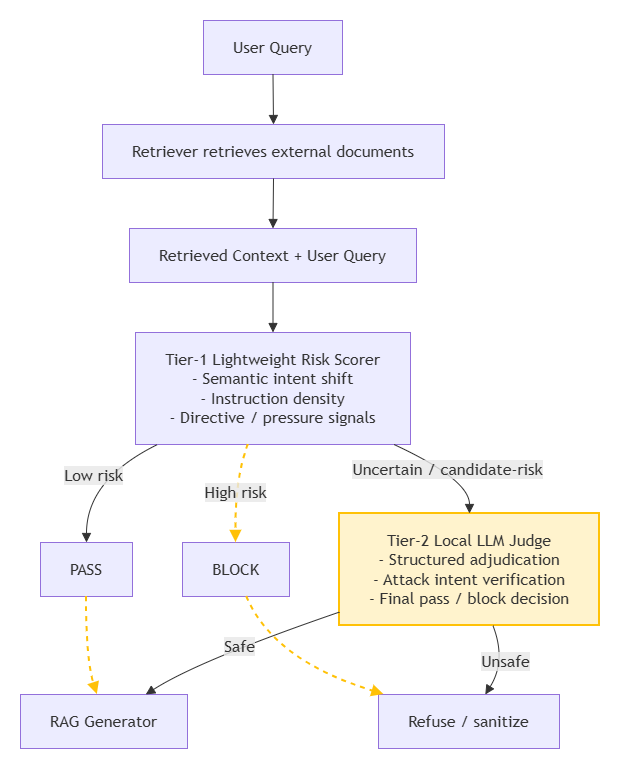
Earlier version of the draw.io export research plan/2-Tiier Architecture.drawio.png (rexw713ss/TANET). Source tidied: cells renumbered, new cells last; positions are measured from the earlier drawing's top-left corner, leaving out a move shared by most shapes.
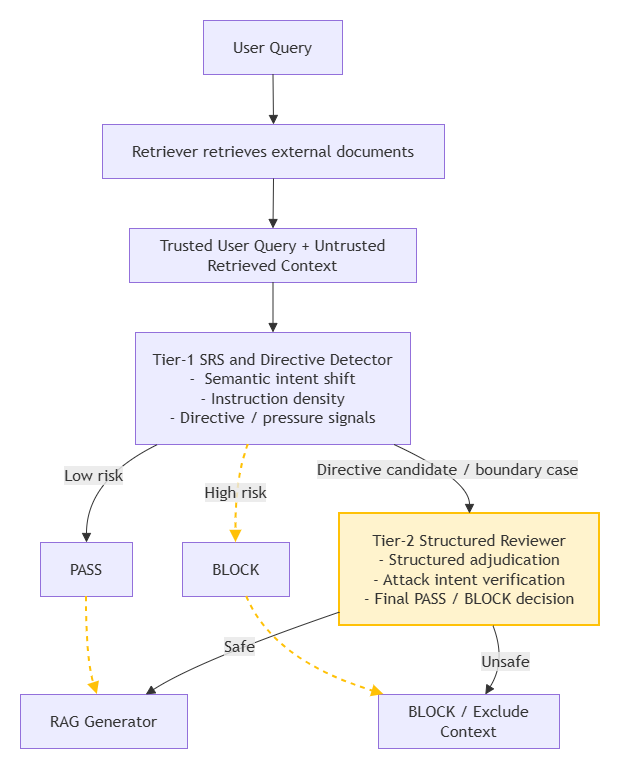
The same file after the commit.

What changed in the source:
```diff
@@ -11,10 +11,10 @@
     <mxCell id="4" value="Retriever retrieves external documents" style="html=1;whiteSpace=wrap;strokeWidth=1;fillColor=light-dark(#ECECFF,#1f2020);strokeColor=light-dark(#9370DB,#cccccc);fontColor=light-dark(#333333,#cccccc);fontFamily=Trebuchet MS,Verdana,Arial,sans-serif;fontSize=16;" parent="2" vertex="1">
       <mxGeometry x="90" y="112" width="342" height="54" as="geometry" />
     </mxCell>
-    <mxCell id="5" value="Retrieved Context + User Query" style="html=1;whiteSpace=wrap;strokeWidth=1;fillColor=light-dark(#ECECFF,#1f2020);strokeColor=light-dark(#9370DB,#cccccc);fontColor=light-dark(#333333,#cccccc);fontFamily=Trebuchet MS,Verdana,Arial,sans-serif;fontSize=16;" parent="2" vertex="1">
+    <mxCell id="5" value="Trusted User Query + Untrusted Retrieved Context" style="html=1;whiteSpace=wrap;strokeWidth=1;fillColor=light-dark(#ECECFF,#1f2020);strokeColor=light-dark(#9370DB,#cccccc);fontColor=light-dark(#333333,#cccccc);fontFamily=Trebuchet MS,Verdana,Arial,sans-serif;fontSize=16;" parent="2" vertex="1">
       <mxGeometry x="117" y="216" width="287" height="54" as="geometry" />
     </mxCell>
-    <mxCell id="6" value="Tier-1 Lightweight Risk Scorer&#10;- Semantic intent shift&#10;- Instruction density&#10;- Directive / pressure signals" style="html=1;whiteSpace=wrap;strokeWidth=1;fillColor=light-dark(#ECECFF,#1f2020);strokeColor=light-dark(#9370DB,#cccccc);fontColor=light-dark(#333333,#cccccc);fontFamily=Trebuchet MS,Verdana,Arial,sans-serif;fontSize=16;" parent="2" vertex="1">
+    <mxCell id="6" value="Tier-1 SRS and Directive Detector&lt;br&gt;-&amp;nbsp; Semantic intent shift&lt;br&gt;- Instruction density&lt;br&gt;- Directive / pressure signals" style="html=1;whiteSpace=wrap;strokeWidth=1;fillColor=light-dark(#ECECFF,#1f2020);strokeColor=light-dark(#9370DB,#cccccc);fontColor=light-dark(#333333,#cccccc);fontFamily=Trebuchet MS,Verdana,Arial,sans-serif;fontSize=16;" parent="2" vertex="1">
       <mxGeometry x="123" y="320" width="275" height="112" as="geometry" />
     </mxCell>
     <mxCell id="7" value="PASS" style="html=1;whiteSpace=wrap;strokeWidth=1;fillColor=light-dark(#ECECFF,#1f2020);strokeColor=light-dark(#9370DB,#cccccc);fontColor=light-dark(#333333,#cccccc);fontFamily=Trebuchet MS,Verdana,Arial,sans-serif;fontSize=16;" parent="2" vertex="1">
@@ -26,10 +26,10 @@
     <mxCell id="9" value="BLOCK" style="html=1;whiteSpace=wrap;strokeWidth=1;fillColor=light-dark(#ECECFF,#1f2020);strokeColor=light-dark(#9370DB,#cccccc);fontColor=light-dark(#333333,#cccccc);fontFamily=Trebuchet MS,Verdana,Arial,sans-serif;fontSize=16;" parent="2" vertex="1">
       <mxGeometry x="170" y="530" width="107" height="54" as="geometry" />
     </mxCell>
-    <mxCell id="10" value="Refuse / sanitize" style="html=1;whiteSpace=wrap;strokeWidth=1;fillColor=light-dark(#ECECFF,#1f2020);strokeColor=light-dark(#9370DB,#cccccc);fontColor=light-dark(#333333,#cccccc);fontFamily=Trebuchet MS,Verdana,Arial,sans-serif;fontSize=16;" parent="2" vertex="1">
+    <mxCell id="10" value="BLOCK / Exclude Context" style="html=1;whiteSpace=wrap;strokeWidth=1;fillColor=light-dark(#ECECFF,#1f2020);strokeColor=light-dark(#9370DB,#cccccc);fontColor=light-dark(#333333,#cccccc);fontFamily=Trebuchet MS,Verdana,Arial,sans-serif;fontSize=16;" parent="2" vertex="1">
       <mxGeometry x="366" y="682" width="181" height="54" as="geometry" />
     </mxCell>
-    <mxCell id="11" value="Tier-2 Local LLM Judge&#10;- Structured adjudication&#10;- Attack intent verification&#10;- Final pass / block decision" style="html=1;whiteSpace=wrap;strokeWidth=2;fillColor=#fff3cd;strokeColor=#ffc107;fontColor=light-dark(#333333,#cccccc);fontFamily=Trebuchet MS,Verdana,Arial,sans-serif;fontSize=16;" parent="2" vertex="1">
+    <mxCell id="11" value="Tier-2 Structured Reviewer&lt;br&gt;- Structured adjudication&lt;br&gt;- Attack intent verification&lt;br&gt;- Final PASS / BLOCK decision" style="html=1;whiteSpace=wrap;strokeWidth=2;fillColor=#fff3cd;strokeColor=#ffc107;fontColor=light-dark(#333333,#cccccc);fontFamily=Trebuchet MS,Verdana,Arial,sans-serif;fontSize=16;" parent="2" vertex="1">
       <mxGeometry x="327" y="501" width="260" height="112" as="geometry" />
     </mxCell>
     <mxCell id="12" style="curved=1;startArrow=none;endArrow=block;endSize=7;strokeColor=light-dark(#333333,#cccccc);exitX=0.5;exitY=1;entryX=0.5;entryY=0;" parent="2" edge="1" source="3" target="4">
@@ -69,7 +69,7 @@
         </Array>
       </mxGeometry>
     </mxCell>
-    <mxCell id="19" value="Uncertain / candidate-risk" style="curved=1;startArrow=none;endArrow=block;endSize=7;strokeColor=light-dark(#333333,#cccccc);html=1;fontSize=16;labelBackgroundColor=light-dark(#E8E8E88D,#2a2a2a8D);fontFamily=Trebuchet MS,Verdana,Arial,sans-serif;fontColor=light-dark(#333333,#cccccc);exitX=0.94;exitY=1;entryX=0.5;entryY=0;" parent="2" edge="1" source="6" target="11">
+    <mxCell id="19" value="Directive candidate / boundary case" style="curved=1;startArrow=none;endArrow=block;endSize=7;strokeColor=light-dark(#333333,#cccccc);html=1;fontSize=16;labelBackgroundColor=light-dark(#E8E8E88D,#2a2a2a8D);fontFamily=Trebuchet MS,Verdana,Arial,sans-serif;fontColor=light-dark(#333333,#cccccc);exitX=0.94;exitY=1;entryX=0.5;entryY=0;" parent="2" edge="1" source="6" target="11">
       <mxGeometry relative="1" as="geometry">
         <Array as="points">
           <mxPoint x="457" y="467" />
```
